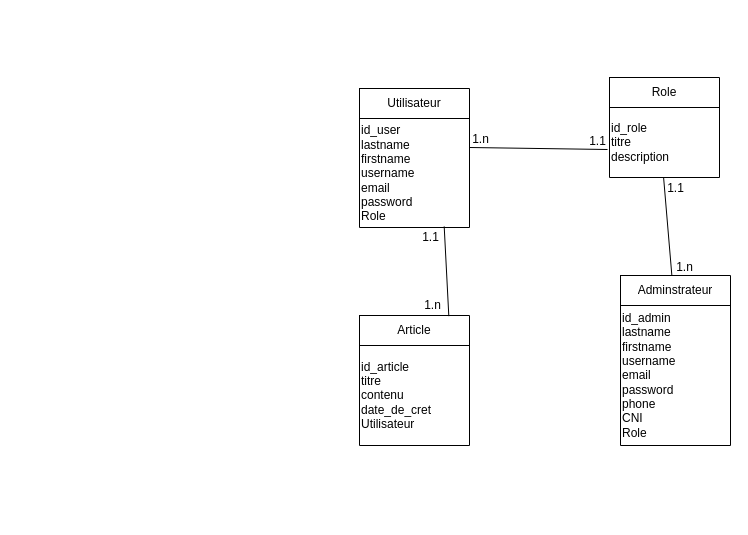
Above: diagrameDeClasse.drawio in k-zakaria/breif1_sprint4 (draw.io), before the change. Source tidied: cells renumbered, new cells numbered last; positions are measured from the earlier drawing's top-left corner, leaving out a move shared by most shapes. Both pictures are drawn from the tidied source at 100%, with x=0, y=0 at pixel (359, 77).
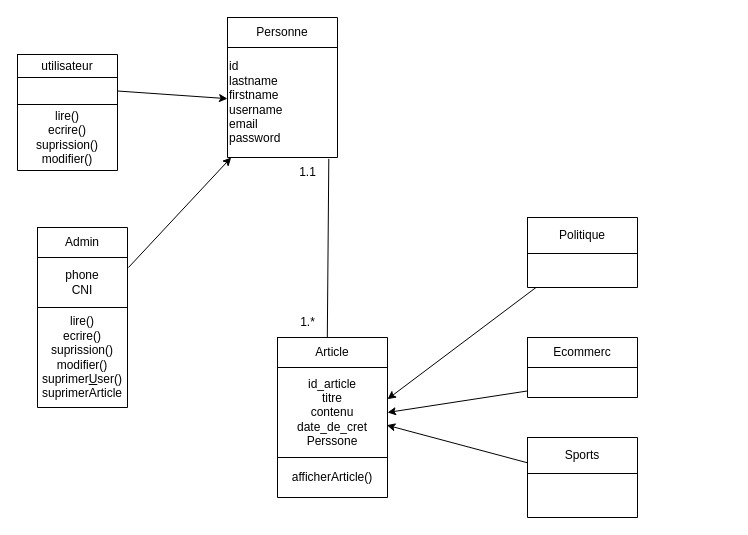
After the change.

Commit message (it also covers changes not shown here):
j'ai modefier les héritage dans les diagrame

What changed in the source:
```diff
@@
-    <mxCell id="2" style="shape=table;startSize=0;childLayout=tableLayout;" parent="1" vertex="1">
-      <mxGeometry y="11" width="110" height="139" as="geometry" />
-    </mxCell>
-    <mxCell id="3" style="shape=tableRow;horizontal=0;startSize=0;swimlaneHead=0;swimlaneBody=0;top=0;left=0;bottom=0;right=0;fillColor=none;" parent="2" vertex="1">
-      <mxGeometry width="110" height="30" as="geometry" />
-    </mxCell>
-    <mxCell id="4" value="&lt;div style=&quot;text-align: left;&quot;&gt;Utilisateur&lt;/div&gt;" style="shape=partialRectangle;html=1;whiteSpace=wrap;overflow=hidden;fillColor=none;top=0;left=0;bottom=0;right=0;" parent="3" vertex="1">
-      <mxGeometry width="110" height="30" as="geometry" />
-    </mxCell>
-    <mxCell id="5" style="shape=tableRow;horizontal=0;startSize=0;swimlaneHead=0;swimlaneBody=0;top=0;left=0;bottom=0;right=0;fillColor=none;points=[[0,0.5],[1,0.5]];portConstraint=eastwest;" parent="2" vertex="1">
-      <mxGeometry y="30" width="110" height="109" as="geometry" />
-    </mxCell>
-    <mxCell id="6" value="id_user&lt;br&gt;lastname&lt;br&gt;firstname&lt;br&gt;username&lt;br&gt;email&lt;br&gt;password&lt;br&gt;Role" style="shape=partialRectangle;html=1;whiteSpace=wrap;overflow=hidden;fillColor=none;top=0;left=0;bottom=0;right=0;align=left;" parent="5" vertex="1">
-      <mxGeometry width="110" height="109" as="geometry" />
-    </mxCell>
-    <mxCell id="7" style="shape=table;startSize=0;childLayout=tableLayout;" parent="1" vertex="1">
-      <mxGeometry y="238" width="110" height="130" as="geometry" />
-    </mxCell>
-    <mxCell id="8" style="shape=tableRow;horizontal=0;startSize=0;swimlaneHead=0;swimlaneBody=0;top=0;left=0;bottom=0;right=0;fillColor=none;points=[[0,0.5],[1,0.5]];portConstraint=eastwest;" parent="7" vertex="1">
-      <mxGeometry width="110" height="30" as="geometry" />
-    </mxCell>
-    <mxCell id="9" value="&lt;div style=&quot;text-align: left;&quot;&gt;Article&lt;/div&gt;" style="shape=partialRectangle;html=1;whiteSpace=wrap;overflow=hidden;fillColor=none;top=0;left=0;bottom=0;right=0;" parent="8" vertex="1">
-      <mxGeometry width="110" height="30" as="geometry" />
-    </mxCell>
-    <mxCell id="10" style="shape=tableRow;horizontal=0;startSize=0;swimlaneHead=0;swimlaneBody=0;top=0;left=0;bottom=0;right=0;fillColor=none;" parent="7" vertex="1">
-      <mxGeometry y="30" width="110" height="100" as="geometry" />
-    </mxCell>
-    <mxCell id="11" value="id_article&lt;br&gt;titre&lt;br&gt;contenu&lt;br&gt;date_de_cret&lt;br&gt;Utilisateur" style="shape=partialRectangle;html=1;whiteSpace=wrap;overflow=hidden;fillColor=none;top=0;left=0;bottom=0;right=0;align=left;" parent="10" vertex="1">
-      <mxGeometry width="110" height="100" as="geometry" />
-    </mxCell>
-    <mxCell id="12" style="shape=table;startSize=0;childLayout=tableLayout;" parent="1" vertex="1">
-      <mxGeometry x="261" y="198" width="110" height="170" as="geometry" />
-    </mxCell>
-    <mxCell id="13" style="shape=tableRow;horizontal=0;startSize=0;swimlaneHead=0;swimlaneBody=0;top=0;left=0;bottom=0;right=0;fillColor=none;points=[[0,0.5],[1,0.5]];portConstraint=eastwest;" parent="12" vertex="1">
-      <mxGeometry width="110" height="30" as="geometry" />
-    </mxCell>
-    <mxCell id="14" value="&lt;div style=&quot;text-align: left;&quot;&gt;Adminstrateur&lt;/div&gt;" style="shape=partialRectangle;html=1;whiteSpace=wrap;overflow=hidden;fillColor=none;top=0;left=0;bottom=0;right=0;" parent="13" vertex="1">
-      <mxGeometry width="110" height="30" as="geometry" />
-    </mxCell>
-    <mxCell id="15" style="shape=tableRow;horizontal=0;startSize=0;swimlaneHead=0;swimlaneBody=0;top=0;left=0;bottom=0;right=0;fillColor=none;" parent="12" vertex="1">
-      <mxGeometry y="30" width="110" height="140" as="geometry" />
-    </mxCell>
-    <mxCell id="16" value="id_admin&lt;br&gt;lastname&lt;br&gt;firstname&lt;br&gt;username&lt;br&gt;email&lt;br&gt;password&lt;br&gt;phone&lt;br&gt;CNI&lt;br&gt;Role" style="shape=partialRectangle;html=1;whiteSpace=wrap;overflow=hidden;fillColor=none;top=0;left=0;bottom=0;right=0;align=left;" parent="15" vertex="1">
-      <mxGeometry width="110" height="140" as="geometry" />
-    </mxCell>
+    <mxCell id="31" style="edgeStyle=none;html=1;entryX=1;entryY=0.352;entryDx=0;entryDy=0;entryPerimeter=0;" parent="1" edge="1" source="17" target="55">
+      <mxGeometry relative="1" as="geometry" />
+    </mxCell>
     <mxCell id="17" style="shape=table;startSize=0;childLayout=tableLayout;" parent="1" vertex="1">
-      <mxGeometry x="250" width="110" height="100" as="geometry" />
+      <mxGeometry x="168" y="140" width="110" height="70" as="geometry" />
     </mxCell>
     <mxCell id="18" style="shape=tableRow;horizontal=0;startSize=0;swimlaneHead=0;swimlaneBody=0;top=0;left=0;bottom=0;right=0;fillColor=none;" parent="17" vertex="1">
-      <mxGeometry width="110" height="30" as="geometry" />
+      <mxGeometry width="110" height="36" as="geometry" />
     </mxCell>
-    <mxCell id="19" value="&lt;div style=&quot;text-align: left;&quot;&gt;Role&lt;/div&gt;" style="shape=partialRectangle;html=1;whiteSpace=wrap;overflow=hidden;fillColor=none;top=0;left=0;bottom=0;right=0;" parent="18" vertex="1">
-      <mxGeometry width="110" height="30" as="geometry" />
+    <mxCell id="19" value="Politique" style="shape=partialRectangle;html=1;whiteSpace=wrap;overflow=hidden;fillColor=none;top=0;left=0;bottom=0;right=0;" parent="18" vertex="1">
+      <mxGeometry width="110" height="36" as="geometry" />
     </mxCell>
     <mxCell id="20" style="shape=tableRow;horizontal=0;startSize=0;swimlaneHead=0;swimlaneBody=0;top=0;left=0;bottom=0;right=0;fillColor=none;points=[[0,0.5],[1,0.5]];portConstraint=eastwest;" parent="17" vertex="1">
-      <mxGeometry y="30" width="110" height="70" as="geometry" />
+      <mxGeometry y="36" width="110" height="34" as="geometry" />
     </mxCell>
-    <mxCell id="21" value="id_role&lt;br&gt;titre&lt;br&gt;description" style="shape=partialRectangle;html=1;whiteSpace=wrap;overflow=hidden;fillColor=none;top=0;left=0;bottom=0;right=0;align=left;" parent="20" vertex="1">
-      <mxGeometry width="110" height="70" as="geometry" />
+    <mxCell id="21" style="shape=partialRectangle;html=1;whiteSpace=wrap;overflow=hidden;fillColor=none;top=0;left=0;bottom=0;right=0;align=left;" parent="20" vertex="1">
+      <mxGeometry width="110" height="34" as="geometry" />
     </mxCell>
-    <mxCell id="22" style="endArrow=none;html=1;entryX=-0.018;entryY=0.6;entryDx=0;entryDy=0;entryPerimeter=0;" parent="1" edge="1" target="20">
-      <mxGeometry relative="1" as="geometry">
-        <mxPoint x="110" y="70" as="sourcePoint" />
-      </mxGeometry>
-    </mxCell>
-    <mxCell id="23" style="endArrow=none;html=1;exitX=0.77;exitY=0.99;exitDx=0;exitDy=0;exitPerimeter=0;entryX=0.812;entryY=0.022;entryDx=0;entryDy=0;entryPerimeter=0;" parent="1" edge="1" source="5" target="8">
-      <mxGeometry relative="1" as="geometry" />
+    <mxCell id="23" style="endArrow=none;html=1;exitX=0.921;exitY=1.012;exitDx=0;exitDy=0;exitPerimeter=0;entryX=0.812;entryY=0.022;entryDx=0;entryDy=0;entryPerimeter=0;" parent="1" edge="1" source="35">
+      <mxGeometry relative="1" as="geometry">
+        <mxPoint x="-32.7" y="320.7" as="targetPoint" />
+      </mxGeometry>
     </mxCell>
-    <mxCell id="24" style="endArrow=none;html=1;entryX=-0.018;entryY=0.6;entryDx=0;entryDy=0;entryPerimeter=0;exitX=0.467;exitY=0;exitDx=0;exitDy=0;exitPerimeter=0;" parent="1" edge="1" source="13">
-      <mxGeometry relative="1" as="geometry">
-        <mxPoint x="304.1" y="100" as="targetPoint" />
-      </mxGeometry>
-    </mxCell>
-    <mxCell id="25" value="1.n" style="text;html=1;align=center;verticalAlign=middle;strokeColor=none;fillColor=none;" parent="1" vertex="1">
-      <mxGeometry x="305" y="175" width="40" height="30" as="geometry" />
-    </mxCell>
-    <mxCell id="26" value="1.1" style="text;html=1;align=center;verticalAlign=middle;strokeColor=none;fillColor=none;" parent="1" vertex="1">
-      <mxGeometry x="296" y="96" width="40" height="30" as="geometry" />
-    </mxCell>
-    <mxCell id="27" value="1.1" style="text;html=1;align=center;verticalAlign=middle;strokeColor=none;fillColor=none;" parent="1" vertex="1">
-      <mxGeometry x="218" y="49" width="40" height="30" as="geometry" />
-    </mxCell>
-    <mxCell id="28" value="1.n" style="text;html=1;align=center;verticalAlign=middle;strokeColor=none;fillColor=none;" parent="1" vertex="1">
-      <mxGeometry x="101" y="47" width="40" height="30" as="geometry" />
-    </mxCell>
     <mxCell id="29" value="1.1" style="text;html=1;align=center;verticalAlign=middle;strokeColor=none;fillColor=none;" parent="1" vertex="1">
-      <mxGeometry x="51" y="145" width="40" height="30" as="geometry" />
+      <mxGeometry x="-72" y="80" width="40" height="30" as="geometry" />
     </mxCell>
-    <mxCell id="30" value="1.n" style="text;html=1;align=center;verticalAlign=middle;strokeColor=none;fillColor=none;" parent="1" vertex="1">
-      <mxGeometry x="53" y="213" width="40" height="30" as="geometry" />
+    <mxCell id="30" value="1.*" style="text;html=1;align=center;verticalAlign=middle;strokeColor=none;fillColor=none;" parent="1" vertex="1">
+      <mxGeometry x="-72" y="230" width="40" height="30" as="geometry" />
     </mxCell>
+    <mxCell id="32" style="shape=table;startSize=0;childLayout=tableLayout;" parent="1" vertex="1">
+      <mxGeometry x="-132" y="-60" width="110" height="140" as="geometry" />
+    </mxCell>
+    <mxCell id="33" style="shape=tableRow;horizontal=0;startSize=0;swimlaneHead=0;swimlaneBody=0;top=0;left=0;bottom=0;right=0;fillColor=none;" parent="32" vertex="1">
+      <mxGeometry width="110" height="30" as="geometry" />
+    </mxCell>
+    <mxCell id="34" value="&lt;div style=&quot;text-align: left;&quot;&gt;Personne&lt;/div&gt;" style="shape=partialRectangle;html=1;whiteSpace=wrap;overflow=hidden;fillColor=none;top=0;left=0;bottom=0;right=0;" parent="33" vertex="1">
+      <mxGeometry width="110" height="30" as="geometry" />
+    </mxCell>
+    <mxCell id="35" style="shape=tableRow;horizontal=0;startSize=0;swimlaneHead=0;swimlaneBody=0;top=0;left=0;bottom=0;right=0;fillColor=none;points=[[0,0.5],[1,0.5]];portConstraint=eastwest;" parent="32" vertex="1">
+      <mxGeometry y="30" width="110" height="110" as="geometry" />
+    </mxCell>
+    <mxCell id="36" value="id&lt;br&gt;lastname&lt;br&gt;firstname&lt;br&gt;username&lt;br&gt;email&amp;nbsp;&lt;br&gt;password&lt;br&gt;" style="shape=partialRectangle;html=1;whiteSpace=wrap;overflow=hidden;fillColor=none;top=0;left=0;bottom=0;right=0;align=left;" parent="35" vertex="1">
+      <mxGeometry width="110" height="110" as="geometry" />
+    </mxCell>
+    <mxCell id="37" style="edgeStyle=none;html=1;exitX=1.011;exitY=0.2;exitDx=0;exitDy=0;exitPerimeter=0;" parent="1" edge="1" source="49" target="35">
+      <mxGeometry relative="1" as="geometry" />
+    </mxCell>
+    <mxCell id="38" style="edgeStyle=none;html=1;exitX=1;exitY=0.5;exitDx=0;exitDy=0;" parent="1" edge="1" source="42" target="35">
+      <mxGeometry relative="1" as="geometry" />
+    </mxCell>
+    <mxCell id="39" style="shape=table;startSize=0;childLayout=tableLayout;" parent="1" vertex="1">
+      <mxGeometry x="-342" y="-23" width="100" height="116" as="geometry" />
+    </mxCell>
+    <mxCell id="40" style="shape=tableRow;horizontal=0;startSize=0;swimlaneHead=0;swimlaneBody=0;top=0;left=0;bottom=0;right=0;fillColor=none;" parent="39" vertex="1">
+      <mxGeometry width="100" height="23" as="geometry" />
+    </mxCell>
+    <mxCell id="41" value="utilisateur" style="shape=partialRectangle;html=1;whiteSpace=wrap;overflow=hidden;fillColor=none;top=0;left=0;bottom=0;right=0;" parent="40" vertex="1">
+      <mxGeometry width="100" height="23" as="geometry" />
+    </mxCell>
+    <mxCell id="42" style="shape=tableRow;horizontal=0;startSize=0;swimlaneHead=0;swimlaneBody=0;top=0;left=0;bottom=0;right=0;fillColor=none;points=[[0,0.5],[1,0.5]];portConstraint=eastwest;" parent="39" vertex="1">
+      <mxGeometry y="23" width="100" height="27" as="geometry" />
+    </mxCell>
+    <mxCell id="43" style="shape=partialRectangle;html=1;whiteSpace=wrap;overflow=hidden;fillColor=none;top=0;left=0;bottom=0;right=0;" parent="42" vertex="1">
+      <mxGeometry width="100" height="27" as="geometry" />
+    </mxCell>
+    <mxCell id="44" style="shape=tableRow;horizontal=0;startSize=0;swimlaneHead=0;swimlaneBody=0;top=0;left=0;bottom=0;right=0;fillColor=none;" parent="39" vertex="1">
+      <mxGeometry y="50" width="100" height="66" as="geometry" />
+    </mxCell>
+    <mxCell id="45" value="lire()&lt;br&gt;ecrire()&lt;br&gt;suprission()&lt;br&gt;modifier()" style="shape=partialRectangle;html=1;whiteSpace=wrap;overflow=hidden;fillColor=none;top=0;left=0;bottom=0;right=0;" parent="44" vertex="1">
+      <mxGeometry width="100" height="66" as="geometry" />
+    </mxCell>
+    <mxCell id="46" style="shape=table;startSize=0;childLayout=tableLayout;" parent="1" vertex="1">
+      <mxGeometry x="-322" y="150" width="90" height="180" as="geometry" />
+    </mxCell>
+    <mxCell id="47" style="shape=tableRow;horizontal=0;startSize=0;swimlaneHead=0;swimlaneBody=0;top=0;left=0;bottom=0;right=0;fillColor=none;" parent="46" vertex="1">
+      <mxGeometry width="90" height="30" as="geometry" />
+    </mxCell>
+    <mxCell id="48" value="Admin" style="shape=partialRectangle;html=1;whiteSpace=wrap;overflow=hidden;fillColor=none;top=0;left=0;bottom=0;right=0;" parent="47" vertex="1">
+      <mxGeometry width="90" height="30" as="geometry" />
+    </mxCell>
+    <mxCell id="49" style="shape=tableRow;horizontal=0;startSize=0;swimlaneHead=0;swimlaneBody=0;top=0;left=0;bottom=0;right=0;fillColor=none;points=[[0,0.5],[1,0.5]];portConstraint=eastwest;" parent="46" vertex="1">
+      <mxGeometry y="30" width="90" height="50" as="geometry" />
+    </mxCell>
+    <mxCell id="50" value="&lt;span style=&quot;text-align: left;&quot;&gt;phone&lt;/span&gt;&lt;br style=&quot;text-align: left;&quot;&gt;&lt;span style=&quot;text-align: left;&quot;&gt;CNI&lt;/span&gt;" style="shape=partialRectangle;html=1;whiteSpace=wrap;overflow=hidden;fillColor=none;top=0;left=0;bottom=0;right=0;" parent="49" vertex="1">
+      <mxGeometry width="90" height="50" as="geometry" />
+    </mxCell>
+    <mxCell id="51" style="shape=tableRow;horizontal=0;startSize=0;swimlaneHead=0;swimlaneBody=0;top=0;left=0;bottom=0;right=0;fillColor=none;" parent="46" vertex="1">
+      <mxGeometry y="80" width="90" height="100" as="geometry" />
+    </mxCell>
+    <mxCell id="52" value="lire()&lt;br&gt;ecrire()&lt;br&gt;suprission()&lt;br&gt;modifier()&lt;br&gt;suprimer&lt;u&gt;U&lt;/u&gt;ser()&lt;br&gt;suprimerArticle&lt;br&gt;" style="shape=partialRectangle;html=1;whiteSpace=wrap;overflow=hidden;fillColor=none;top=0;left=0;bottom=0;right=0;" parent="51" vertex="1">
+      <mxGeometry width="90" height="100" as="geometry" />
+    </mxCell>
+    <mxCell id="53" style="shape=table;startSize=0;childLayout=tableLayout;" parent="1" vertex="1">
+      <mxGeometry x="-82" y="260" width="110" height="160" as="geometry" />
+    </mxCell>
+    <mxCell id="54" style="shape=tableRow;horizontal=0;startSize=0;swimlaneHead=0;swimlaneBody=0;top=0;left=0;bottom=0;right=0;fillColor=none;" parent="53" vertex="1">
+      <mxGeometry width="110" height="30" as="geometry" />
+    </mxCell>
+    <mxCell id="9" value="Article" style="shape=partialRectangle;html=1;whiteSpace=wrap;overflow=hidden;fillColor=none;top=0;left=0;bottom=0;right=0;" parent="54" vertex="1">
+      <mxGeometry width="110" height="30" as="geometry" />
+    </mxCell>
+    <mxCell id="55" style="shape=tableRow;horizontal=0;startSize=0;swimlaneHead=0;swimlaneBody=0;top=0;left=0;bottom=0;right=0;fillColor=none;points=[[0,0.5],[1,0.5]];portConstraint=eastwest;" parent="53" vertex="1">
+      <mxGeometry y="30" width="110" height="90" as="geometry" />
+    </mxCell>
+    <mxCell id="56" value="&lt;span style=&quot;text-align: left;&quot;&gt;id_article&lt;/span&gt;&lt;br style=&quot;text-align: left;&quot;&gt;&lt;span style=&quot;text-align: left;&quot;&gt;titre&lt;/span&gt;&lt;br style=&quot;text-align: left;&quot;&gt;&lt;span style=&quot;text-align: left;&quot;&gt;contenu&lt;/span&gt;&lt;br style=&quot;text-align: left;&quot;&gt;&lt;span style=&quot;text-align: left;&quot;&gt;date_de_cret&lt;/span&gt;&lt;br style=&quot;text-align: left;&quot;&gt;&lt;span style=&quot;text-align: left;&quot;&gt;Perssone&lt;/span&gt;" style="shape=partialRectangle;html=1;whiteSpace=wrap;overflow=hidden;fillColor=none;top=0;left=0;bottom=0;right=0;" parent="55" vertex="1">
+      <mxGeometry width="110" height="90" as="geometry" />
+    </mxCell>
+    <mxCell id="57" style="shape=tableRow;horizontal=0;startSize=0;swimlaneHead=0;swimlaneBody=0;top=0;left=0;bottom=0;right=0;fillColor=none;" parent="53" vertex="1">
+      <mxGeometry y="120" width="110" height="40" as="geometry" />
+    </mxCell>
+    <mxCell id="58" value="afficherArticle()" style="shape=partialRectangle;html=1;whiteSpace=wrap;overflow=hidden;fillColor=none;top=0;left=0;bottom=0;right=0;" parent="57" vertex="1">
+      <mxGeometry width="110" height="40" as="geometry" />
+    </mxCell>
+    <mxCell id="59" style="shape=table;startSize=0;childLayout=tableLayout;" parent="1" vertex="1">
+      <mxGeometry x="168" y="260" width="110" height="60" as="geometry" />
+    </mxCell>
+    <mxCell id="60" style="shape=tableRow;horizontal=0;startSize=0;swimlaneHead=0;swimlaneBody=0;top=0;left=0;bottom=0;right=0;fillColor=none;" parent="59" vertex="1">
+      <mxGeometry width="110" height="30" as="geometry" />
+    </mxCell>
+    <mxCell id="61" value="Ecommerc" style="shape=partialRectangle;html=1;whiteSpace=wrap;overflow=hidden;fillColor=none;top=0;left=0;bottom=0;right=0;" parent="60" vertex="1">
+      <mxGeometry width="110" height="30" as="geometry" />
+    </mxCell>
+    <mxCell id="62" style="shape=tableRow;horizontal=0;startSize=0;swimlaneHead=0;swimlaneBody=0;top=0;left=0;bottom=0;right=0;fillColor=none;points=[[0,0.5],[1,0.5]];portConstraint=eastwest;" parent="59" vertex="1">
+      <mxGeometry y="30" width="110" height="30" as="geometry" />
+    </mxCell>
+    <mxCell id="63" style="shape=partialRectangle;html=1;whiteSpace=wrap;overflow=hidden;fillColor=none;top=0;left=0;bottom=0;right=0;align=left;" parent="62" vertex="1">
+      <mxGeometry width="110" height="30" as="geometry" />
+    </mxCell>
+    <mxCell id="64" style="edgeStyle=none;html=1;entryX=0.994;entryY=0.641;entryDx=0;entryDy=0;entryPerimeter=0;" parent="1" edge="1" source="65" target="55">
+      <mxGeometry relative="1" as="geometry" />
+    </mxCell>
+    <mxCell id="65" style="shape=table;startSize=0;childLayout=tableLayout;" parent="1" vertex="1">
+      <mxGeometry x="168" y="360" width="110" height="80" as="geometry" />
+    </mxCell>
+    <mxCell id="66" style="shape=tableRow;horizontal=0;startSize=0;swimlaneHead=0;swimlaneBody=0;top=0;left=0;bottom=0;right=0;fillColor=none;" parent="65" vertex="1">
+      <mxGeometry width="110" height="36" as="geometry" />
+    </mxCell>
+    <mxCell id="67" value="Sports" style="shape=partialRectangle;html=1;whiteSpace=wrap;overflow=hidden;fillColor=none;top=0;left=0;bottom=0;right=0;" parent="66" vertex="1">
+      <mxGeometry width="110" height="36" as="geometry" />
+    </mxCell>
+    <mxCell id="68" style="shape=tableRow;horizontal=0;startSize=0;swimlaneHead=0;swimlaneBody=0;top=0;left=0;bottom=0;right=0;fillColor=none;" parent="65" vertex="1">
+      <mxGeometry y="36" width="110" height="44" as="geometry" />
+    </mxCell>
+    <mxCell id="69" style="shape=partialRectangle;html=1;whiteSpace=wrap;overflow=hidden;fillColor=none;top=0;left=0;bottom=0;right=0;align=left;" parent="68" vertex="1">
+      <mxGeometry width="110" height="44" as="geometry" />
+    </mxCell>
+    <mxCell id="70" style="edgeStyle=none;html=1;entryX=1;entryY=0.5;entryDx=0;entryDy=0;" parent="1" edge="1" source="62" target="55">
+      <mxGeometry relative="1" as="geometry" />
+    </mxCell>
```
